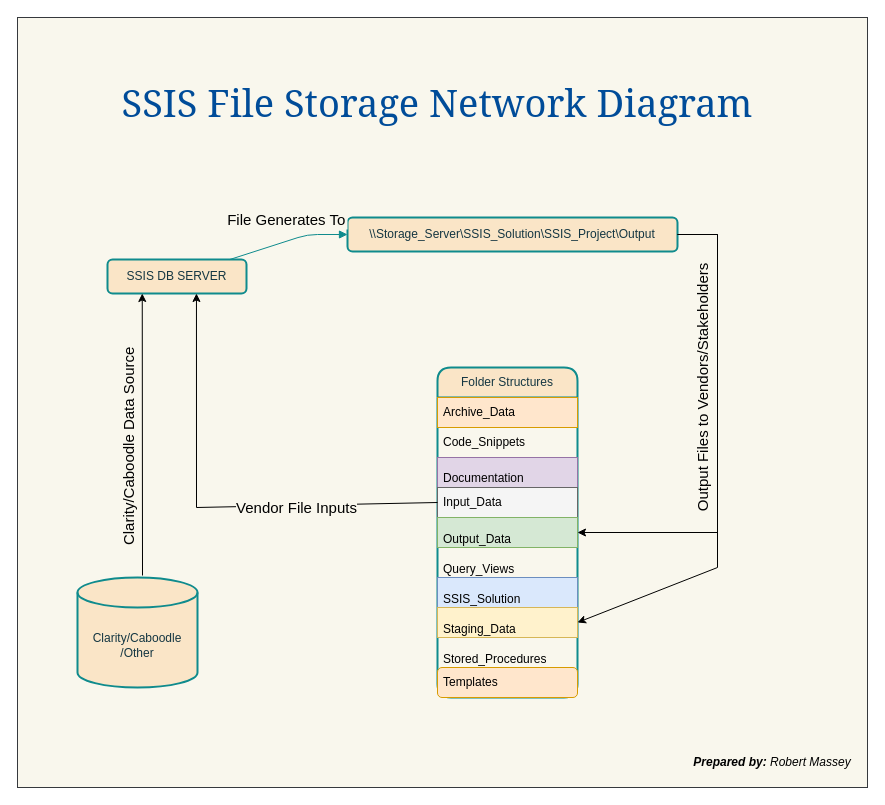
Before: page "SSIS File Storage Network Diagram" (4 of 4) of SSIS Operational Run Diagrams.drawio in MasseyConsultants/Robert-Massey-Bytewise-consultants-LLC, a draw.io diagram. Source tidied: cells renumbered, new cells numbered last; positions are measured from the earlier drawing's top-left corner, leaving out a move shared by most shapes. Both pictures are drawn from the tidied source at 100%, with x=0, y=0 at pixel (17, 17).
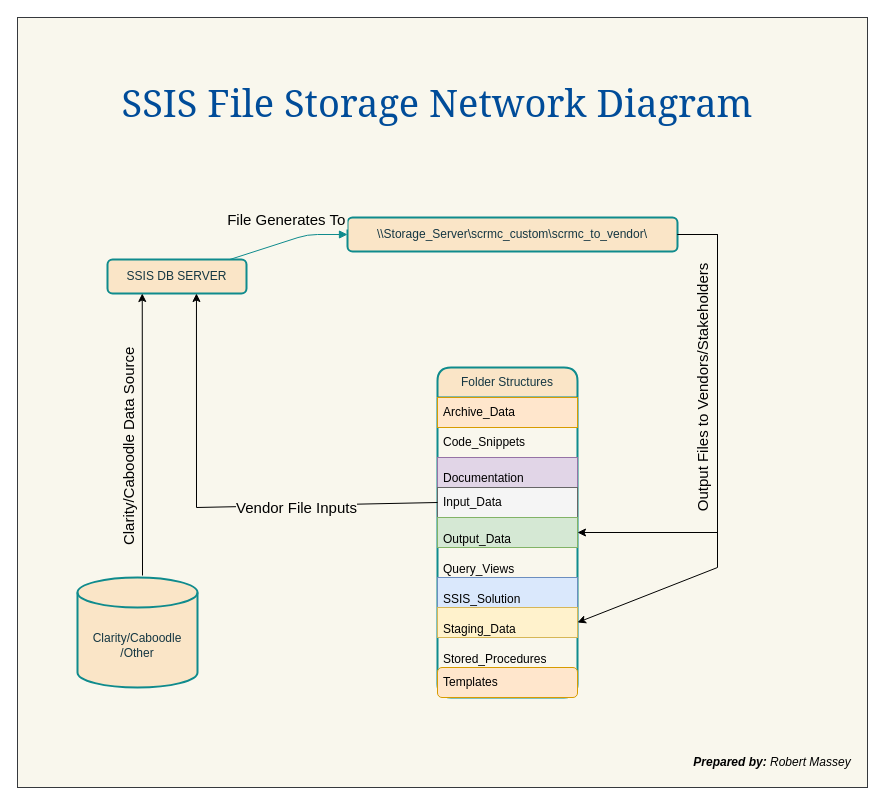
The same page after the edit.

The edit, as a diff of the source:
```diff
@@
-    <mxCell id="4" value="\\Storage_Server\SSIS_Solution\SSIS_Project\Output" style="whiteSpace=wrap;strokeWidth=2;rounded=1;strokeColor=#0F8B8D;align=center;verticalAlign=middle;fontFamily=Helvetica;fontSize=12;fontColor=#143642;labelBackgroundColor=none;fillColor=#FAE5C7;" parent="1" vertex="1">
+    <mxCell id="4" value="\\Storage_Server\scrmc_custom\scrmc_to_vendor\" style="whiteSpace=wrap;strokeWidth=2;rounded=1;strokeColor=#0F8B8D;align=center;verticalAlign=middle;fontFamily=Helvetica;fontSize=12;fontColor=#143642;labelBackgroundColor=none;fillColor=#FAE5C7;" parent="1" vertex="1">
       <mxGeometry x="330" y="200" width="330" height="34" as="geometry" />
     </mxCell>
```
